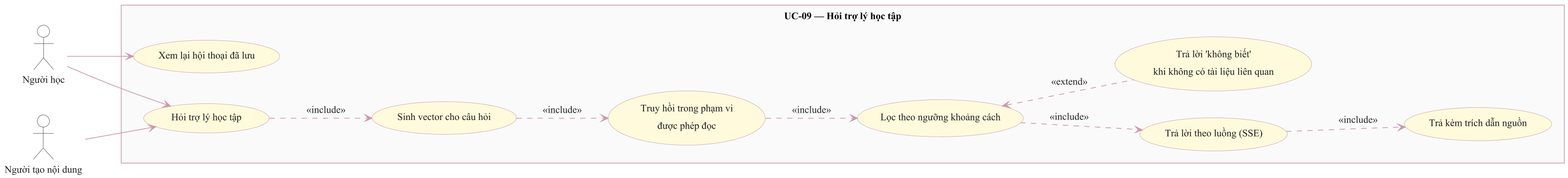
The PlantUML diagram bao-cao-datn/assets/hinh-2.11.png in NguyenDuc2004/QUIZ-TRIVIA, before a commit. Source of this version:
```plantuml
@startuml

skinparam dpi 150
skinparam defaultFontName "Times New Roman"
skinparam defaultFontSize 13
skinparam shadowing false
skinparam roundCorner 0
skinparam ArrowColor #C99AAB
skinparam ArrowFontColor #202020
skinparam Padding 4
skinparam ParticipantPadding 18
skinparam BoxPadding 8
skinparam SequenceMessageAlign center
skinparam guillemet false

skinparam usecase {
  BackgroundColor #FFFADC
  BorderColor #C99AAB
  FontColor #1a1a1a
}
skinparam actor {
  BackgroundColor #FFFFFF
  BorderColor #404040
  FontColor #1a1a1a
}
skinparam rectangle {
  BackgroundColor #FAFAFA
  BorderColor #808080
}

skinparam sequence {
  ArrowColor #C99AAB
  ArrowThickness 1
  LifeLineBorderColor #C99AAB
  LifeLineBackgroundColor #FFFFFF
  ParticipantBackgroundColor #FFFADC
  ParticipantBorderColor #C99AAB
  ParticipantFontColor #1a1a1a
  ParticipantFontSize 12
  ActorBackgroundColor #FFFFFF
  ActorBorderColor #404040
  GroupBorderColor #C99AAB
  GroupBackgroundColor #FFF5F8
  BoxBorderColor #C99AAB
}

skinparam class {
  BackgroundColor #FFFADC
  BorderColor #C99AAB
  HeaderBackgroundColor #FFEFC4
  AttributeFontColor #1a1a1a
  FontColor #1a1a1a
  ArrowColor #C99AAB
  AttributeFontSize 12
  FontSize 13
}
skinparam stereotype {
  CBackgroundColor #FFF1A8
  CBorderColor #C99AAB
  EBackgroundColor #FFF1A8
  EBorderColor #C99AAB
  ABackgroundColor #FFF1A8
  ABorderColor #C99AAB
}

left to right direction
actor "Người học" as L
actor "Người tạo nội dung" as C
rectangle "UC-09 — Hỏi trợ lý học tập" {
  usecase "Hỏi trợ lý học tập" as U1
  usecase "Sinh vector cho câu hỏi" as U2
  usecase "Truy hồi trong phạm vi\nđược phép đọc" as U3
  usecase "Lọc theo ngưỡng khoảng cách" as U4
  usecase "Trả lời theo luồng (SSE)" as U5
  usecase "Trả kèm trích dẫn nguồn" as U6
  usecase "Trả lời 'không biết'\nkhi không có tài liệu liên quan" as U7
  usecase "Xem lại hội thoại đã lưu" as U8
}
L --> U1
C --> U1
L --> U8
U1 ..> U2 : <<include>>
U2 ..> U3 : <<include>>
U3 ..> U4 : <<include>>
U4 ..> U5 : <<include>>
U5 ..> U6 : <<include>>
U7 .up.> U4 : <<extend>>
@enduml
```
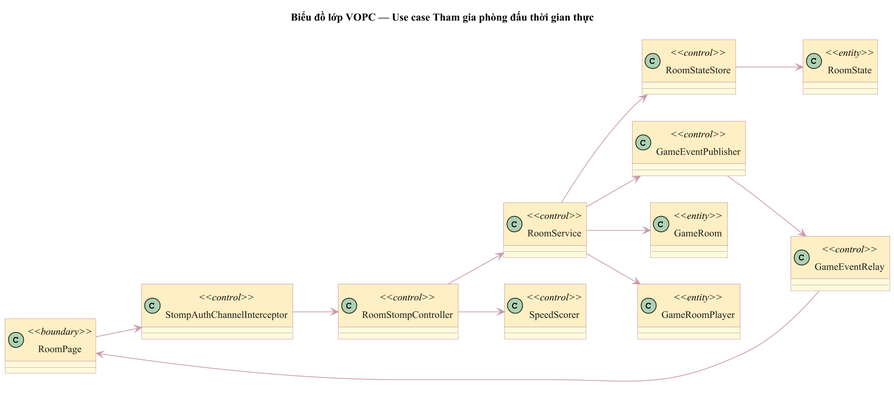
The same diagram one commit later.

The edit, as a diff of the source:
```diff
@@ -63,26 +63,30 @@
   ABorderColor #C99AAB
 }
 
+title Biểu đồ lớp VOPC — Use case Tham gia phòng đấu thời gian thực
 left to right direction
-actor "Người học" as L
-actor "Người tạo nội dung" as C
-rectangle "UC-09 — Hỏi trợ lý học tập" {
-  usecase "Hỏi trợ lý học tập" as U1
-  usecase "Sinh vector cho câu hỏi" as U2
-  usecase "Truy hồi trong phạm vi\nđược phép đọc" as U3
-  usecase "Lọc theo ngưỡng khoảng cách" as U4
-  usecase "Trả lời theo luồng (SSE)" as U5
-  usecase "Trả kèm trích dẫn nguồn" as U6
-  usecase "Trả lời 'không biết'\nkhi không có tài liệu liên quan" as U7
-  usecase "Xem lại hội thoại đã lưu" as U8
-}
-L --> U1
-C --> U1
-L --> U8
-U1 ..> U2 : <<include>>
-U2 ..> U3 : <<include>>
-U3 ..> U4 : <<include>>
-U4 ..> U5 : <<include>>
-U5 ..> U6 : <<include>>
-U7 .up.> U4 : <<extend>>
+
+class RoomPage <<boundary>>
+class RoomStompController <<control>>
+class StompAuthChannelInterceptor <<control>>
+class RoomService <<control>>
+class SpeedScorer <<control>>
+class RoomStateStore <<control>>
+class GameEventPublisher <<control>>
+class GameEventRelay <<control>>
+class GameRoom <<entity>>
+class GameRoomPlayer <<entity>>
+class RoomState <<entity>>
+
+RoomPage --> StompAuthChannelInterceptor
+StompAuthChannelInterceptor --> RoomStompController
+RoomStompController --> RoomService
+RoomStompController --> SpeedScorer
+RoomService --> RoomStateStore
+RoomStateStore --> RoomState
+RoomService --> GameRoom
+RoomService --> GameRoomPlayer
+RoomService --> GameEventPublisher
+GameEventPublisher --> GameEventRelay
+GameEventRelay --> RoomPage
 @enduml
```
